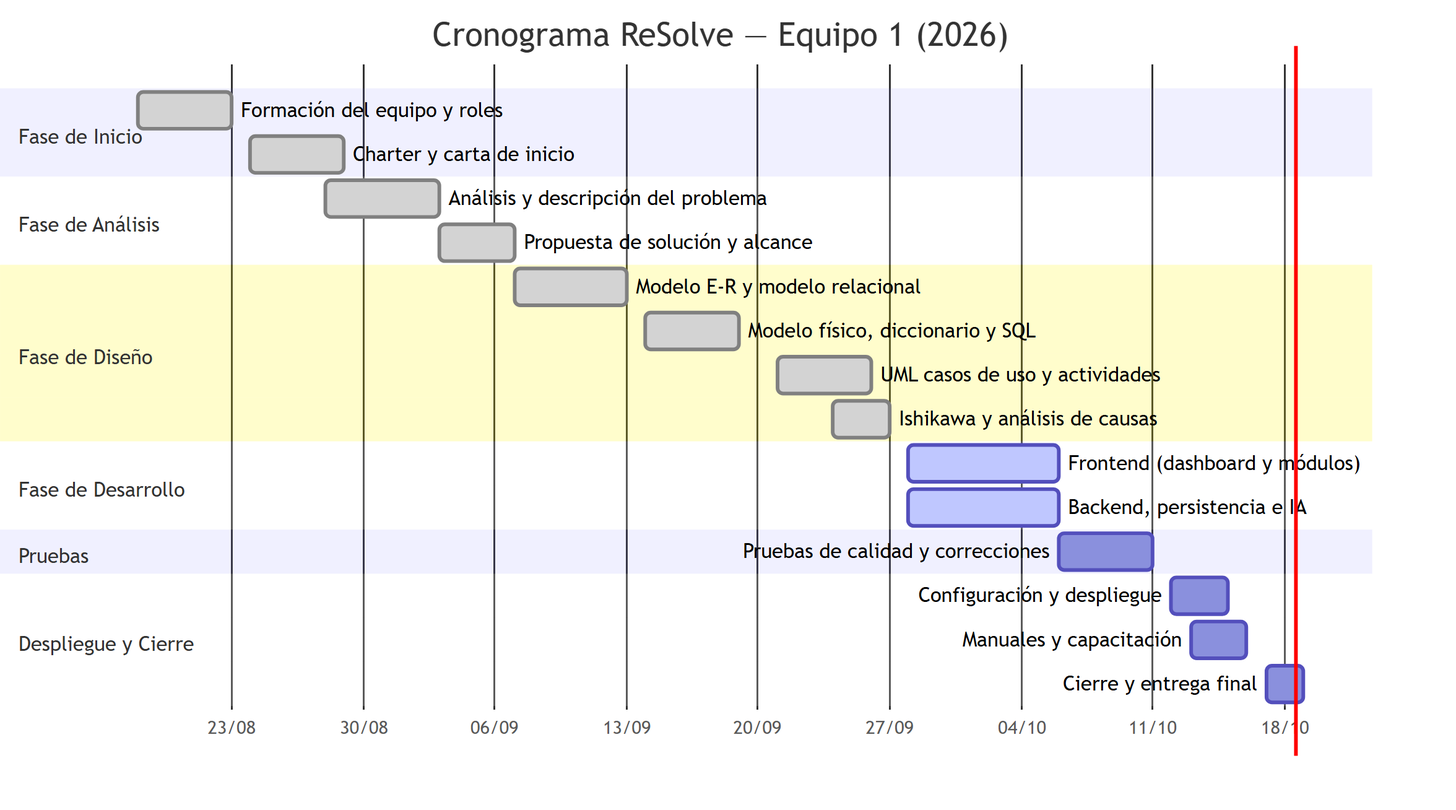
Before: docs/build/diagrams/diagram-02.png, a diagram exported from Mermaid (AlexisArias874/ReSolve). Its source is kept beside it as docs/build/diagram-02.mmd. Source of this version:
```mermaid
gantt
    title Cronograma ReSolve — Equipo 1 (2026)
    dateFormat  YYYY-MM-DD
    axisFormat  %d/%m
    section Fase de Inicio
    Formación del equipo y roles        :done, a1, 2026-08-18, 5d
    Charter y carta de inicio           :done, a2, 2026-08-24, 5d
    section Fase de Análisis
    Análisis y descripción del problema :done, b1, 2026-08-28, 6d
    Propuesta de solución y alcance     :done, b2, 2026-09-03, 4d
    section Fase de Diseño
    Modelo E-R y modelo relacional       :done, c1, 2026-09-07, 6d
    Modelo físico, diccionario y SQL     :done, c2, 2026-09-14, 5d
    UML casos de uso y actividades       :done, c3, 2026-09-21, 5d
    Ishikawa y análisis de causas         :done, c4, 2026-09-24, 3d
    section Fase de Desarrollo
    Frontend (dashboard y módulos)       :active, d1, 2026-09-28, 8d
    Backend, persistencia e IA           :active, d2, 2026-09-28, 8d
    section Pruebas
    Pruebas de calidad y correcciones    :e1, 2026-10-06, 5d
    section Despliegue y Cierre
    Configuración y despliegue           :f1, 2026-10-12, 3d
    Manuales y capacitación              :f2, 2026-10-13, 3d
    Cierre y entrega final               :f3, 2026-10-17, 2d
```
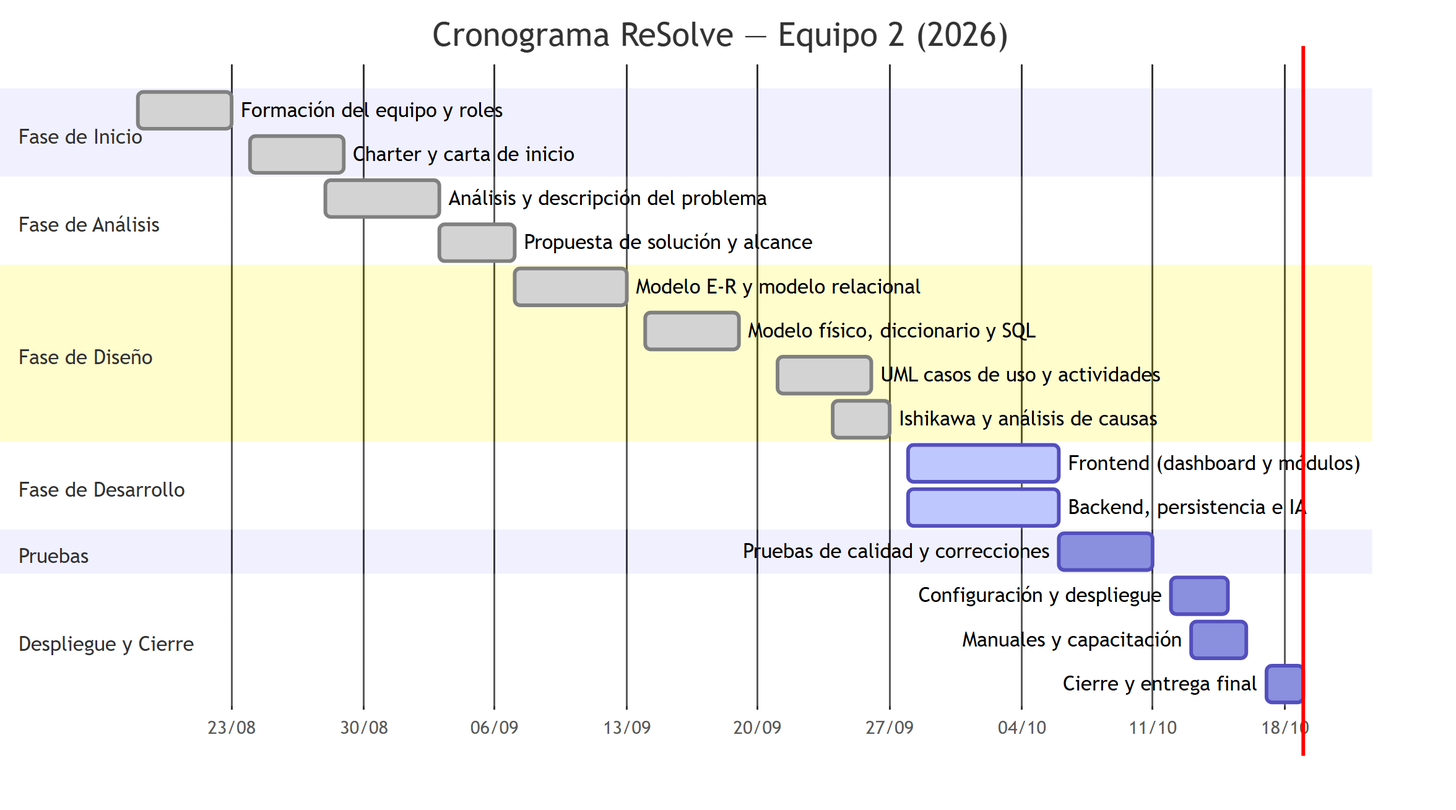
After the commit.

The edit, as a diff of the source:
```diff
@@ -1,5 +1,5 @@
 gantt
-    title Cronograma ReSolve — Equipo 1 (2026)
+    title Cronograma ReSolve — Equipo 2 (2026)
     dateFormat  YYYY-MM-DD
     axisFormat  %d/%m
     section Fase de Inicio
```
